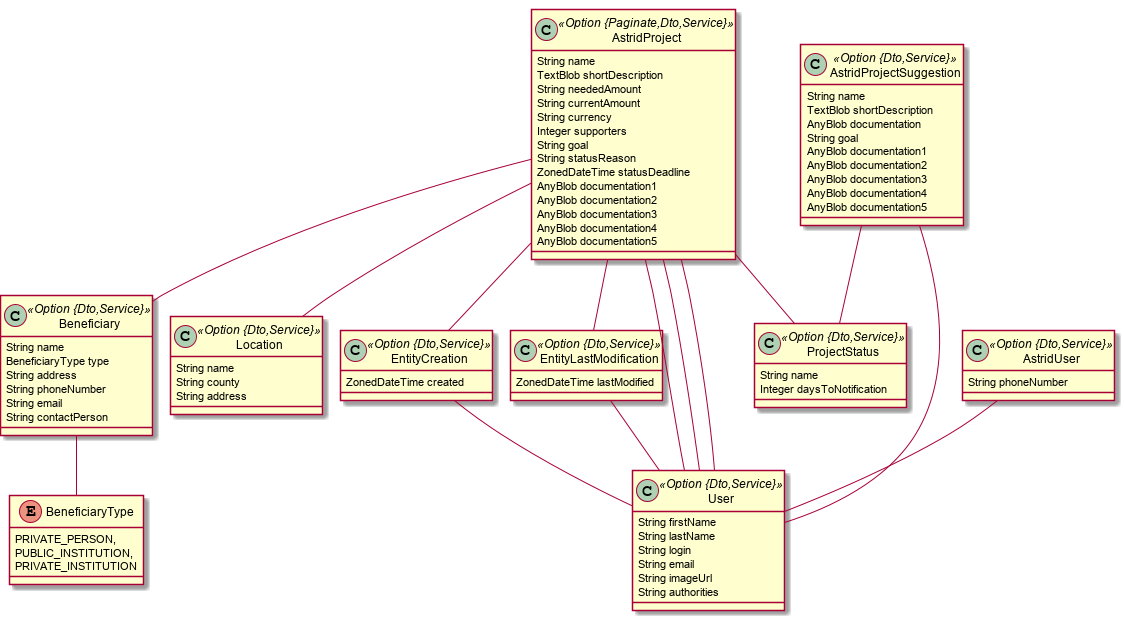
The PlantUML diagram astrid-diaspora.png in popica14/astrid-diaspora, before a commit.
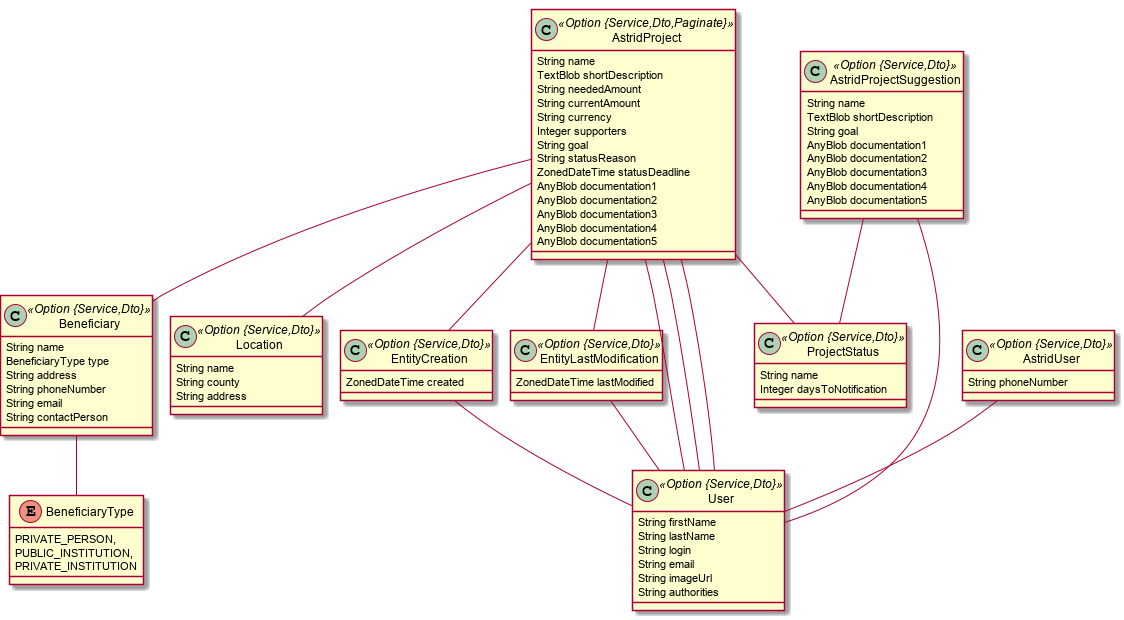
The same file after the commit.

Diff of the diagram source:
```diff
@@ -1,7 +1,7 @@
 @startuml
 	!pragma graphviz_dot jdot
 	!pragma syntax class
-	class AstridProject <<Option {Paginate,Dto,Service}>> {
+	class AstridProject <<Option {Service,Dto,Paginate}>> {
 		String name
 		TextBlob shortDescription
 		String neededAmount
@@ -17,10 +17,9 @@
 		AnyBlob documentation4
 		AnyBlob documentation5
 	}
-	class AstridProjectSuggestion <<Option {Dto,Service}>> {
+	class AstridProjectSuggestion <<Option {Service,Dto}>> {
 		String name
 		TextBlob shortDescription
-		AnyBlob documentation
 		String goal
 		AnyBlob documentation1
 		AnyBlob documentation2
@@ -28,10 +27,10 @@
 		AnyBlob documentation4
 		AnyBlob documentation5
 	}
-	class AstridUser <<Option {Dto,Service}>> {
+	class AstridUser <<Option {Service,Dto}>> {
 		String phoneNumber
 	}
-	class Beneficiary <<Option {Dto,Service}>> {
+	class Beneficiary <<Option {Service,Dto}>> {
 		String name
 		BeneficiaryType type
 		String address
@@ -40,7 +39,7 @@
 		String contactPerson
 	}
 	Beneficiary ..> BeneficiaryType
-	class Location <<Option {Dto,Service}>> {
+	class Location <<Option {Service,Dto}>> {
 		String name
 		String county
 		String address
@@ -50,14 +49,14 @@
 		PUBLIC_INSTITUTION,
 		PRIVATE_INSTITUTION
 	}
-	class ProjectStatus <<Option {Dto,Service}>> {
+	class ProjectStatus <<Option {Service,Dto}>> {
 		String name
 		Integer daysToNotification
 	}
-	class EntityCreation <<Option {Dto,Service}>> {
+	class EntityCreation <<Option {Service,Dto}>> {
 		ZonedDateTime created
 	}
-	class EntityLastModification <<Option {Dto,Service}>> {
+	class EntityLastModification <<Option {Service,Dto}>> {
 		ZonedDateTime lastModified
 	}
 	AstridProject  "responsible(login)  1..* " o-- "0..1 "  User
@@ -73,7 +72,7 @@
 	AstridUser  "0..1 " -- "0..1 "  User
 	AstridProject  "implementationTeam(login) 0..* " o--o "0..* "  User
 	AstridProject  "beneficiaries(name) 0..* " o--o "projects(name) 0..* "  Beneficiary
-	class User <<Option {Dto,Service}>> {
+	class User <<Option {Service,Dto}>> {
 		String firstName
 		String lastName
 		String login
```
